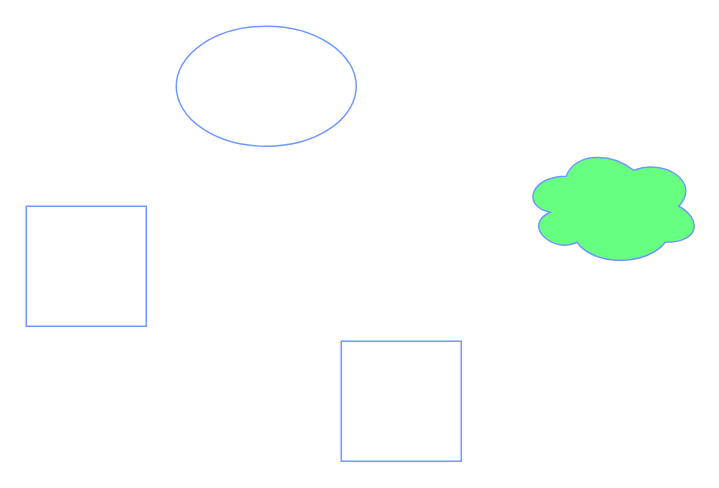
BaconXBX/draw keeps this draw.io diagram as Untitled Diagram.drawio. Above is the earlier version. Source tidied: cells renumbered, new cells numbered last; positions are measured from the earlier drawing's top-left corner, leaving out a move shared by most shapes. Both pictures are drawn from the tidied source at 150%, with x=0, y=0 at pixel (26, 26).
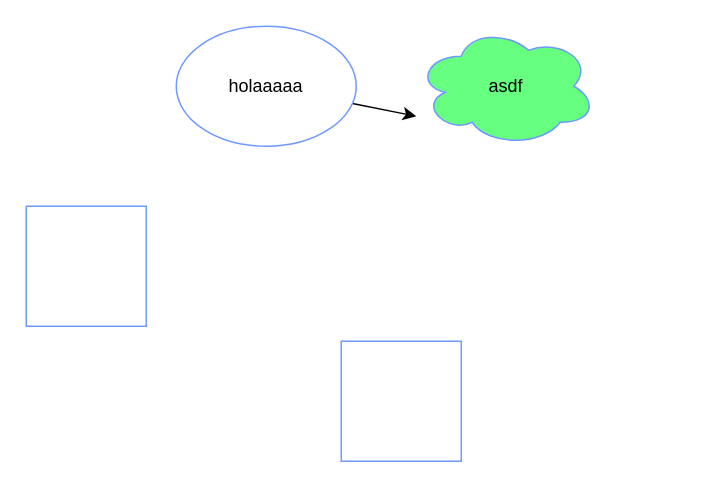
After the change.

What changed in the source:
```diff
@@
 <mxGraphModel>
   <root>
     <mxCell id="0" />
     <mxCell id="1" parent="0" />
     <mxCell id="2" style="whiteSpace=wrap;html=1;strokeColor=#6E99FF;" parent="1" vertex="1">
       <mxGeometry y="120" width="80" height="80" as="geometry" />
     </mxCell>
     <mxCell id="3" style="whiteSpace=wrap;html=1;strokeColor=#6E99FF;" parent="1" vertex="1">
       <mxGeometry x="210" y="210" width="80" height="80" as="geometry" />
     </mxCell>
+    <mxCell id="6" style="edgeStyle=none;rounded=0;jettySize=auto;html=1;" parent="1" edge="1" source="4">
+      <mxGeometry relative="1" as="geometry">
+        <mxPoint x="260" y="60" as="targetPoint" />
+      </mxGeometry>
+    </mxCell>
-    <mxCell id="4" style="ellipse;whiteSpace=wrap;html=1;strokeColor=#6E99FF;" parent="1" vertex="1">
+    <mxCell id="4" value="holaaaaa&lt;br&gt;" style="ellipse;whiteSpace=wrap;html=1;strokeColor=#6E99FF;" parent="1" vertex="1">
       <mxGeometry x="100" width="120" height="80" as="geometry" />
     </mxCell>
-    <mxCell id="5" style="ellipse;shape=cloud;whiteSpace=wrap;html=1;strokeColor=#6E99FF;fillColor=#66FF7F;" parent="1" vertex="1">
-      <mxGeometry x="330" y="80" width="120" height="80" as="geometry" />
+    <mxCell id="5" value="asdf" style="ellipse;shape=cloud;whiteSpace=wrap;html=1;strokeColor=#6E99FF;fillColor=#66FF7F;" parent="1" vertex="1">
+      <mxGeometry x="260" width="120" height="80" as="geometry" />
     </mxCell>
   </root>
 </mxGraphModel>
```
